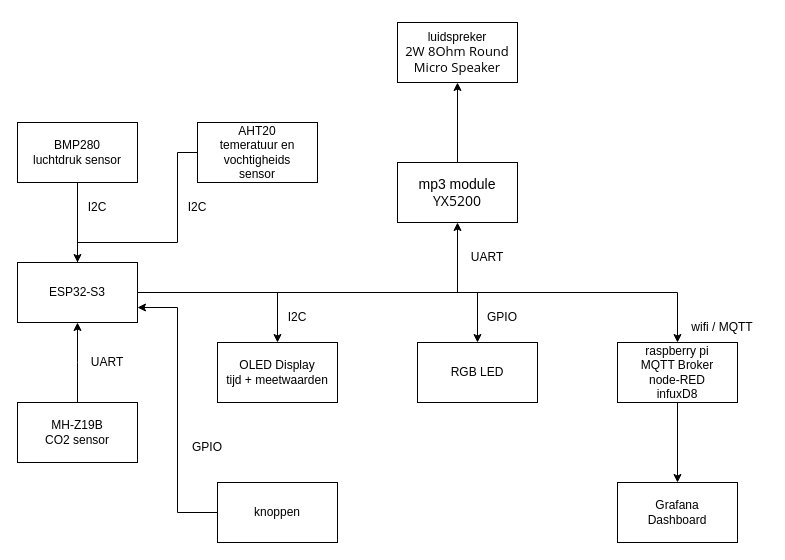
This is docs/blokdiagramIoT.drawio from TiesBerghs447/IoT-smart-air-clock, a draw.io file, before an edit. Source tidied: cells renumbered, new cells numbered last; positions are measured from the earlier drawing's top-left corner, leaving out a move shared by most shapes. Both pictures are drawn from the tidied source at 100%, with x=0, y=0 at pixel (17, 22).
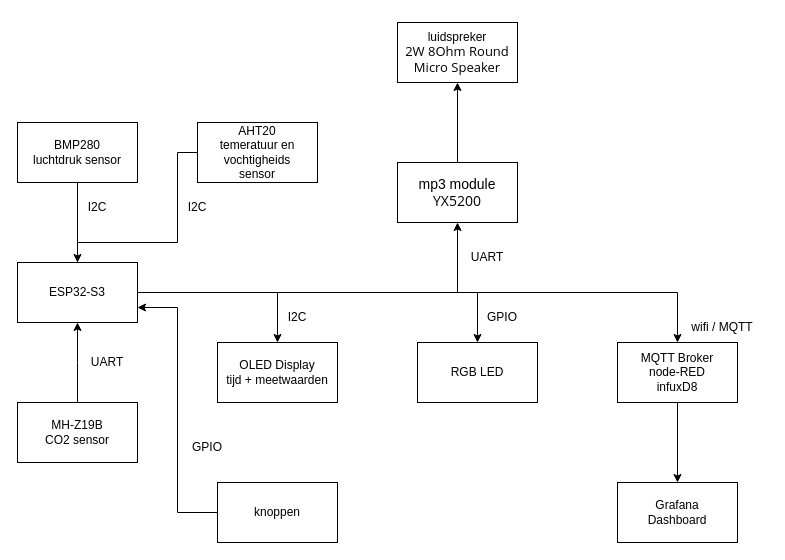
The same diagram, later.

Diff of the diagram source:
```diff
@@
-    <mxCell id="15" value="raspberry pi&lt;div&gt;MQTT Broker&lt;/div&gt;&lt;div&gt;node-RED&lt;/div&gt;&lt;div&gt;infuxD8&lt;/div&gt;" style="whiteSpace=wrap;html=1;" parent="1" vertex="1">
+    <mxCell id="15" value="&lt;div&gt;MQTT Broker&lt;/div&gt;&lt;div&gt;node-RED&lt;/div&gt;&lt;div&gt;infuxD8&lt;/div&gt;" style="whiteSpace=wrap;html=1;" parent="1" vertex="1">
       <mxGeometry x="600" y="320" width="120" height="60" as="geometry" />
     </mxCell>
```
